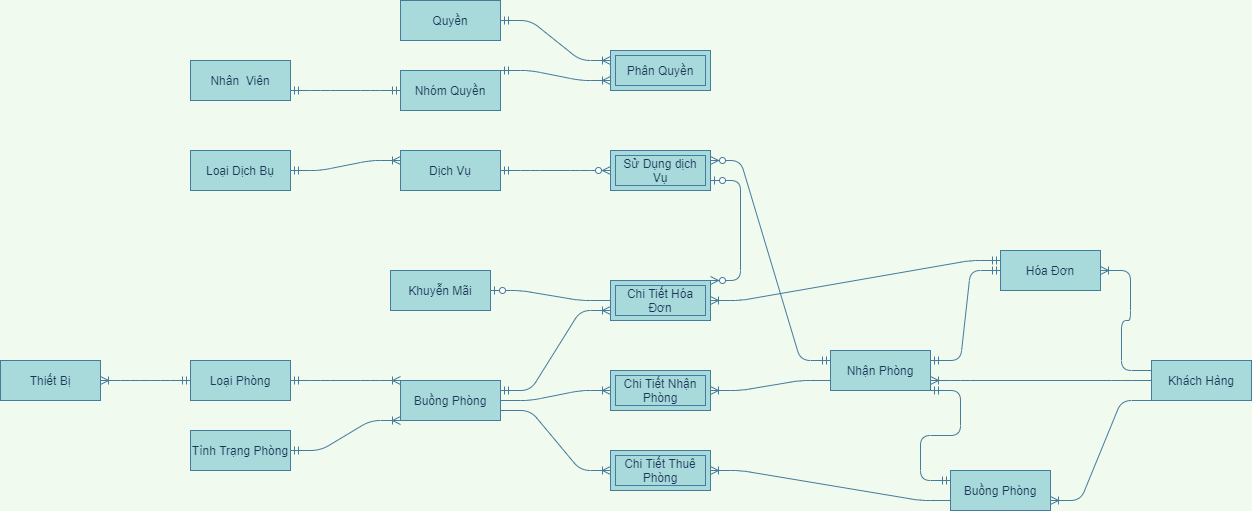
Earlier version of the draw.io export EntityRelationship-QLKS.png (maialino123/QLKS). Source tidied: cells renumbered, new cells last; positions are measured from the earlier drawing's top-left corner, leaving out a move shared by most shapes.
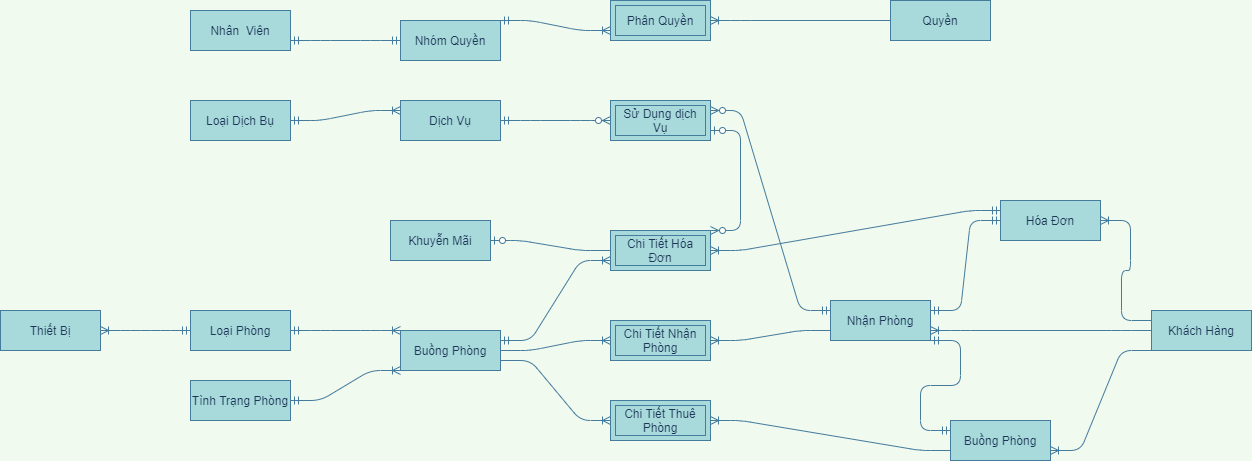
Later version of the same file.

Diff of the diagram source:
```diff
@@ -71,7 +71,7 @@
     <mxCell id="24" style="edgeStyle=entityRelationEdgeStyle;fontSize=12;html=1;endArrow=ERzeroToMany;startArrow=ERzeroToOne;strokeColor=#457B9D;fillColor=#A8DADC;exitX=1;exitY=0.75;exitDx=0;exitDy=0;entryX=1;entryY=0;entryDx=0;entryDy=0;" parent="1" edge="1" source="21" target="15">
       <mxGeometry relative="1" as="geometry" />
     </mxCell>
-    <mxCell id="25" style="edgeStyle=entityRelationEdgeStyle;fontSize=12;html=1;endArrow=ERoneToMany;startArrow=ERmandOne;labelBackgroundColor=#F1FAEE;strokeColor=#457B9D;fontColor=#1D3557;entryX=0;entryY=0.25;entryDx=0;entryDy=0;exitX=1;exitY=0.5;exitDx=0;exitDy=0;" parent="1" edge="1" source="30" target="26">
+    <mxCell id="25" style="edgeStyle=entityRelationEdgeStyle;fontSize=12;html=1;endArrow=ERoneToMany;startArrow=ERmandOne;labelBackgroundColor=#F1FAEE;strokeColor=#457B9D;fontColor=#1D3557;entryX=1;entryY=0.5;entryDx=0;entryDy=0;exitX=1;exitY=0.5;exitDx=0;exitDy=0;" parent="1" edge="1" source="30" target="26">
       <mxGeometry relative="1" as="geometry" />
     </mxCell>
     <mxCell id="26" value="Phân Quyền" style="shape=ext;margin=3;double=1;whiteSpace=wrap;html=1;align=center;strokeColor=#457B9D;fillColor=#A8DADC;fontColor=#1D3557;" parent="1" vertex="1">
@@ -87,7 +87,7 @@
       <mxGeometry x="400" y="70" width="100" height="40" as="geometry" />
     </mxCell>
     <mxCell id="30" value="Quyền" style="whiteSpace=wrap;html=1;align=center;rounded=0;sketch=0;strokeColor=#457B9D;fillColor=#A8DADC;fontColor=#1D3557;" parent="1" vertex="1">
-      <mxGeometry x="400" width="100" height="40" as="geometry" />
+      <mxGeometry x="890" y="50" width="100" height="40" as="geometry" />
     </mxCell>
     <mxCell id="31" value="Nhân&amp;nbsp; Viên" style="whiteSpace=wrap;html=1;align=center;rounded=0;sketch=0;strokeColor=#457B9D;fillColor=#A8DADC;fontColor=#1D3557;" parent="1" vertex="1">
       <mxGeometry x="190" y="60" width="100" height="40" as="geometry" />
```
